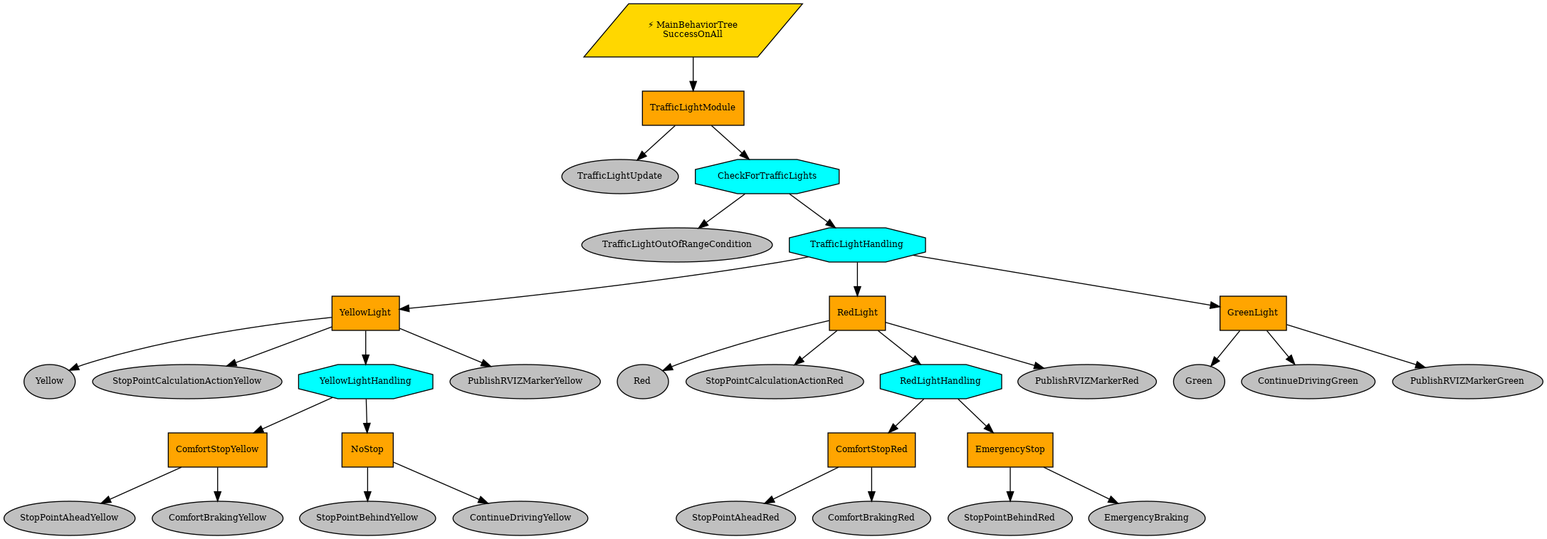
CommonRoad/commonroad-autoware-interface keeps this Graphviz diagram as src/cr2autoware/cr2autoware/interfaces/implementation/behavior_tree/behavior_tree.png. Above is the earlier version. Its source is kept beside it as src/cr2autoware/cr2autoware/interfaces/implementation/behavior_tree/behavior_tree.dot.
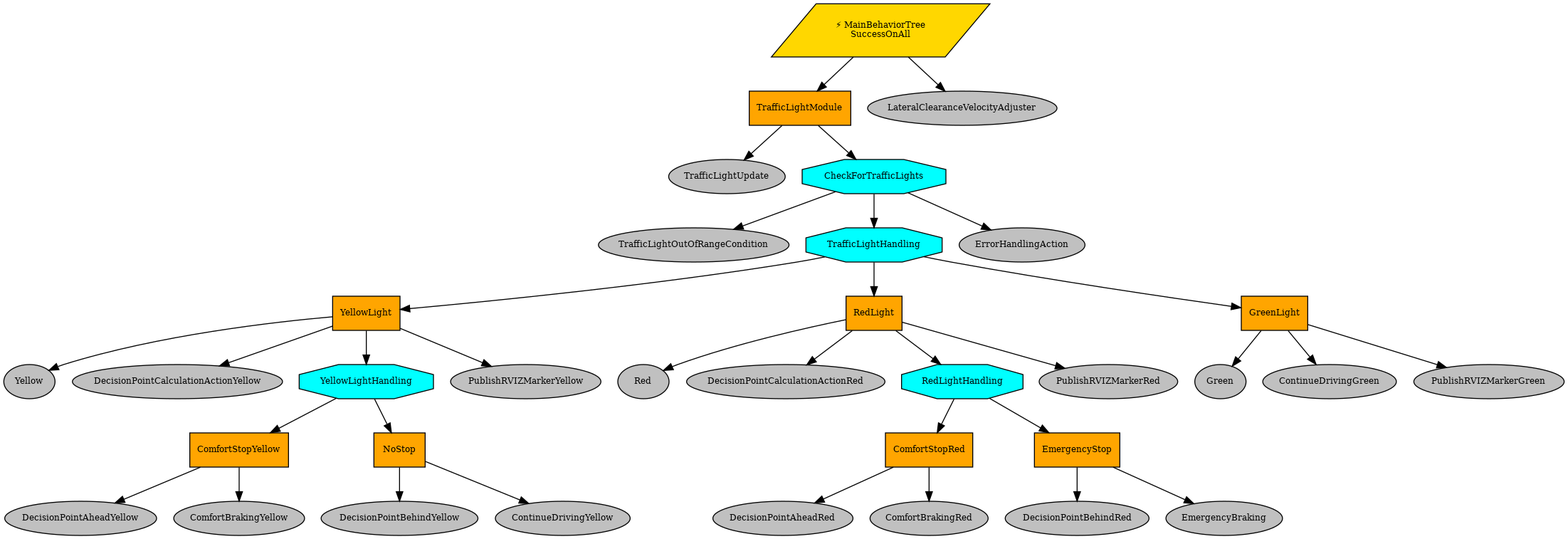
The same diagram one commit later.

Commit message:
refactor behavior tree and modules

Change to the diagram source:
```diff
@@ -18,20 +18,20 @@
 TrafficLightHandling -> YellowLight;
 Yellow [label=Yellow, shape=ellipse, style=filled, fillcolor=gray, fontsize=9, fontcolor=black];
 YellowLight -> Yellow;
-StopPointCalculationActionYellow [label=StopPointCalculationActionYellow, shape=ellipse, style=filled, fillcolor=gray, fontsize=9, fontcolor=black];
-YellowLight -> StopPointCalculationActionYellow;
+DecisionPointCalculationActionYellow [label=DecisionPointCalculationActionYellow, shape=ellipse, style=filled, fillcolor=gray, fontsize=9, fontcolor=black];
+YellowLight -> DecisionPointCalculationActionYellow;
 YellowLightHandling [label=YellowLightHandling, shape=octagon, style=filled, fillcolor=cyan, fontsize=9, fontcolor=black];
 YellowLight -> YellowLightHandling;
 ComfortStopYellow [label=ComfortStopYellow, shape=box, style=filled, fillcolor=orange, fontsize=9, fontcolor=black];
 YellowLightHandling -> ComfortStopYellow;
-StopPointAheadYellow [label=StopPointAheadYellow, shape=ellipse, style=filled, fillcolor=gray, fontsize=9, fontcolor=black];
-ComfortStopYellow -> StopPointAheadYellow;
+DecisionPointAheadYellow [label=DecisionPointAheadYellow, shape=ellipse, style=filled, fillcolor=gray, fontsize=9, fontcolor=black];
+ComfortStopYellow -> DecisionPointAheadYellow;
 ComfortBrakingYellow [label=ComfortBrakingYellow, shape=ellipse, style=filled, fillcolor=gray, fontsize=9, fontcolor=black];
 ComfortStopYellow -> ComfortBrakingYellow;
 NoStop [label=NoStop, shape=box, style=filled, fillcolor=orange, fontsize=9, fontcolor=black];
 YellowLightHandling -> NoStop;
-StopPointBehindYellow [label=StopPointBehindYellow, shape=ellipse, style=filled, fillcolor=gray, fontsize=9, fontcolor=black];
-NoStop -> StopPointBehindYellow;
+DecisionPointBehindYellow [label=DecisionPointBehindYellow, shape=ellipse, style=filled, fillcolor=gray, fontsize=9, fontcolor=black];
+NoStop -> DecisionPointBehindYellow;
 ContinueDrivingYellow [label=ContinueDrivingYellow, shape=ellipse, style=filled, fillcolor=gray, fontsize=9, fontcolor=black];
 NoStop -> ContinueDrivingYellow;
 PublishRVIZMarkerYellow [label=PublishRVIZMarkerYellow, shape=ellipse, style=filled, fillcolor=gray, fontsize=9, fontcolor=black];
@@ -40,20 +40,20 @@
 TrafficLightHandling -> RedLight;
 Red [label=Red, shape=ellipse, style=filled, fillcolor=gray, fontsize=9, fontcolor=black];
 RedLight -> Red;
-StopPointCalculationActionRed [label=StopPointCalculationActionRed, shape=ellipse, style=filled, fillcolor=gray, fontsize=9, fontcolor=black];
-RedLight -> StopPointCalculationActionRed;
+DecisionPointCalculationActionRed [label=DecisionPointCalculationActionRed, shape=ellipse, style=filled, fillcolor=gray, fontsize=9, fontcolor=black];
+RedLight -> DecisionPointCalculationActionRed;
 RedLightHandling [label=RedLightHandling, shape=octagon, style=filled, fillcolor=cyan, fontsize=9, fontcolor=black];
 RedLight -> RedLightHandling;
 ComfortStopRed [label=ComfortStopRed, shape=box, style=filled, fillcolor=orange, fontsize=9, fontcolor=black];
 RedLightHandling -> ComfortStopRed;
-StopPointAheadRed [label=StopPointAheadRed, shape=ellipse, style=filled, fillcolor=gray, fontsize=9, fontcolor=black];
-ComfortStopRed -> StopPointAheadRed;
+DecisionPointAheadRed [label=DecisionPointAheadRed, shape=ellipse, style=filled, fillcolor=gray, fontsize=9, fontcolor=black];
+ComfortStopRed -> DecisionPointAheadRed;
 ComfortBrakingRed [label=ComfortBrakingRed, shape=ellipse, style=filled, fillcolor=gray, fontsize=9, fontcolor=black];
 ComfortStopRed -> ComfortBrakingRed;
 EmergencyStop [label=EmergencyStop, shape=box, style=filled, fillcolor=orange, fontsize=9, fontcolor=black];
 RedLightHandling -> EmergencyStop;
-StopPointBehindRed [label=StopPointBehindRed, shape=ellipse, style=filled, fillcolor=gray, fontsize=9, fontcolor=black];
-EmergencyStop -> StopPointBehindRed;
+DecisionPointBehindRed [label=DecisionPointBehindRed, shape=ellipse, style=filled, fillcolor=gray, fontsize=9, fontcolor=black];
+EmergencyStop -> DecisionPointBehindRed;
 EmergencyBraking [label=EmergencyBraking, shape=ellipse, style=filled, fillcolor=gray, fontsize=9, fontcolor=black];
 EmergencyStop -> EmergencyBraking;
 PublishRVIZMarkerRed [label=PublishRVIZMarkerRed, shape=ellipse, style=filled, fillcolor=gray, fontsize=9, fontcolor=black];
@@ -66,4 +66,8 @@
 GreenLight -> ContinueDrivingGreen;
 PublishRVIZMarkerGreen [label=PublishRVIZMarkerGreen, shape=ellipse, style=filled, fillcolor=gray, fontsize=9, fontcolor=black];
 GreenLight -> PublishRVIZMarkerGreen;
+ErrorHandlingAction [label=ErrorHandlingAction, shape=ellipse, style=filled, fillcolor=gray, fontsize=9, fontcolor=black];
+CheckForTrafficLights -> ErrorHandlingAction;
+LateralClearanceVelocityAdjuster [label=LateralClearanceVelocityAdjuster, shape=ellipse, style=filled, fillcolor=gray, fontsize=9, fontcolor=black];
+MainBehaviorTree -> LateralClearanceVelocityAdjuster;
 }
```
